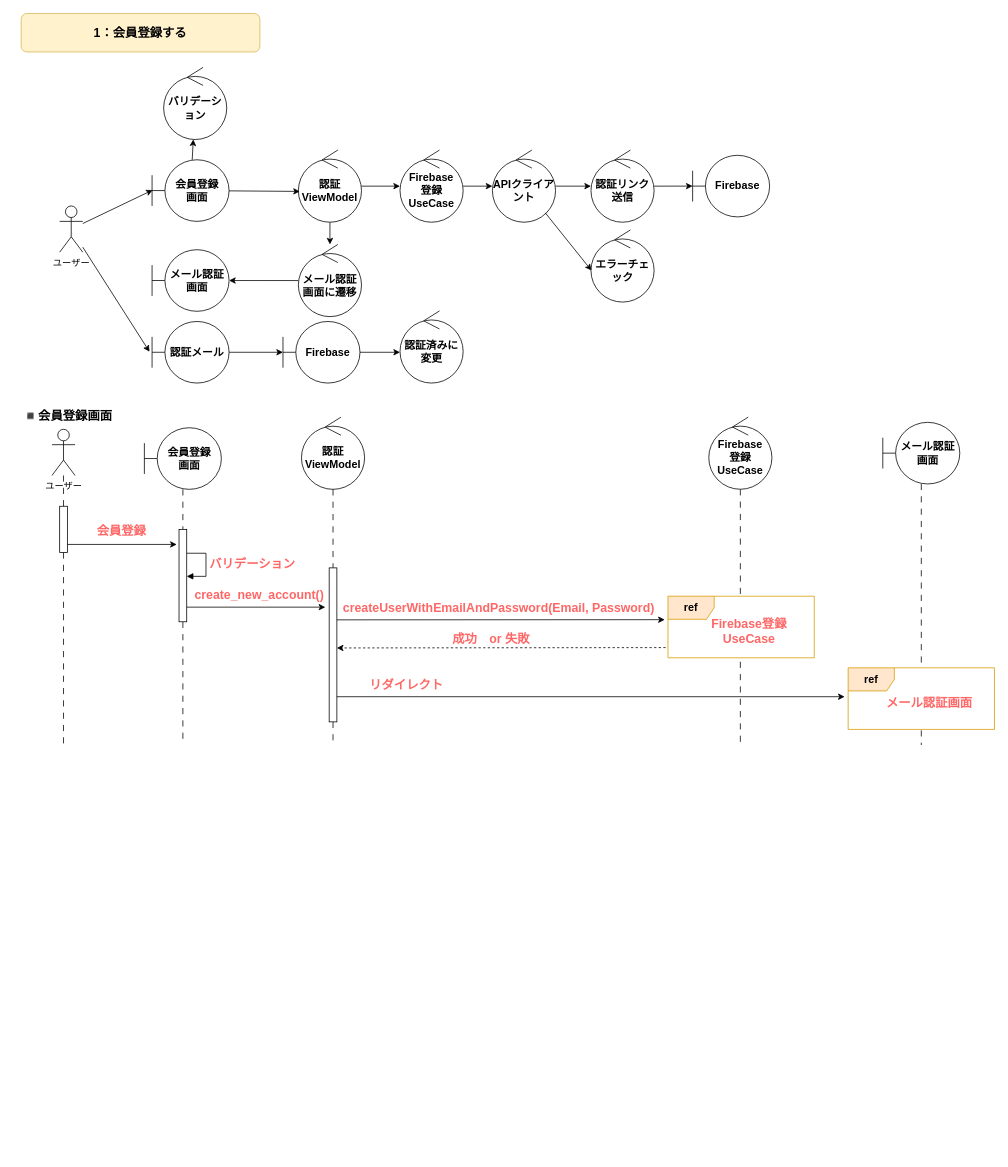
The draw.io diagram page "シーケンス図" (2 of 2) of Technical_Design.drawio in haseryo0403/VenTal, before the edit. Source tidied: cells renumbered, new cells numbered last; positions are measured from the earlier drawing's top-left corner, leaving out a move shared by most shapes. Both pictures are drawn from the tidied source at 77%, with x=0, y=0 at pixel (13, 13).
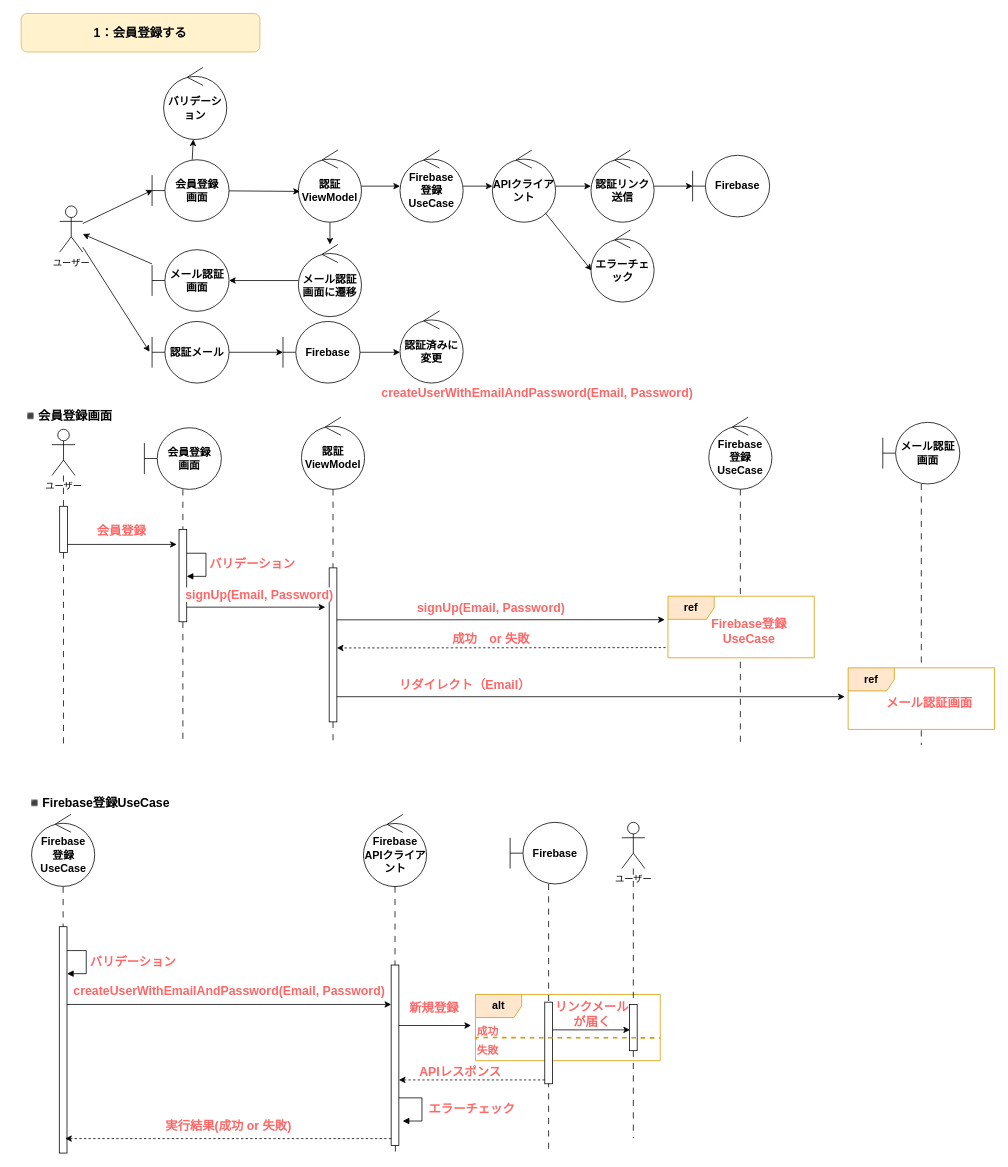
The same page after the edit.

Commit message:
会員登録シーケンス図作成

Unchanged cells that the change refers to:
```xml
<mxCell id="6" value="ユーザー" style="shape=umlActor;verticalLabelPosition=bottom;verticalAlign=top;html=1;" parent="1" vertex="1">
  <mxGeometry x="60" y="250" width="30" height="60" as="geometry" />
</mxCell>
<mxCell id="29" value="メール認証&lt;div&gt;画面&lt;/div&gt;" style="shape=umlBoundary;whiteSpace=wrap;html=1;fontSize=14;fontStyle=1;" parent="1" vertex="1">
  <mxGeometry x="180" y="306.8" width="100" height="80" as="geometry" />
</mxCell>
```

The edit, as a diff of the source:
```diff
@@
+    <mxCell id="63" style="edgeStyle=none;shape=connector;curved=0;rounded=0;jettySize=auto;html=1;strokeColor=default;align=center;verticalAlign=middle;fontFamily=Helvetica;fontSize=14;fontColor=default;fontStyle=1;labelBackgroundColor=default;endArrow=classic;endFill=1;" parent="1" edge="1" source="29" target="6">
+      <mxGeometry relative="1" as="geometry" />
+    </mxCell>
@@
-    <mxCell id="53" value="create_new_account()" style="text;html=1;align=center;verticalAlign=middle;strokeColor=none;fillColor=none;fontFamily=Helvetica;fontSize=16;fontColor=#FF6666;fontStyle=1;labelBackgroundColor=default;" parent="1" vertex="1">
-      <mxGeometry x="229" y="740" width="180" height="30" as="geometry" />
+    <mxCell id="53" value="signUp(Email, Password)" style="text;html=1;align=center;verticalAlign=middle;strokeColor=none;fillColor=none;fontFamily=Helvetica;fontSize=16;fontColor=#FF6666;fontStyle=1;labelBackgroundColor=default;" parent="1" vertex="1">
+      <mxGeometry x="219" y="740" width="200" height="30" as="geometry" />
     </mxCell>
@@
-    <mxCell id="60" value="リダイレクト" style="text;html=1;align=center;verticalAlign=middle;strokeColor=none;fillColor=none;fontFamily=Helvetica;fontSize=16;fontColor=#FF6666;fontStyle=1;labelBackgroundColor=none;" parent="1" vertex="1">
-      <mxGeometry x="450" y="857" width="120" height="30" as="geometry" />
+    <mxCell id="60" value="リダイレクト（Email&lt;span style=&quot;background-color: initial;&quot;&gt;）&lt;/span&gt;" style="text;html=1;align=center;verticalAlign=middle;strokeColor=none;fillColor=none;fontFamily=Helvetica;fontSize=16;fontColor=#FF6666;fontStyle=1;labelBackgroundColor=none;" parent="1" vertex="1">
+      <mxGeometry x="490.5" y="857" width="190" height="30" as="geometry" />
     </mxCell>
@@
     <mxCell id="62" value="createUserWithEmailAndPassword(Email, Password)" style="text;html=1;align=center;verticalAlign=middle;strokeColor=none;fillColor=none;fontFamily=Helvetica;fontSize=16;fontColor=#FF6666;fontStyle=1;labelBackgroundColor=none;" parent="1" vertex="1">
-      <mxGeometry x="430" y="757" width="400" height="30" as="geometry" />
+      <mxGeometry x="480" y="478" width="400" height="30" as="geometry" />
     </mxCell>
+    <mxCell id="64" style="edgeStyle=none;shape=connector;rounded=0;jettySize=auto;html=1;dashed=1;dashPattern=8 8;strokeColor=default;align=center;verticalAlign=middle;fontFamily=Helvetica;fontSize=14;fontColor=default;fontStyle=1;labelBackgroundColor=default;endArrow=none;endFill=0;" parent="1" edge="1" source="72">
+      <mxGeometry relative="1" as="geometry">
+        <mxPoint x="695" y="1478.5" as="targetPoint" />
+      </mxGeometry>
+    </mxCell>
+    <mxCell id="65" value="alt" style="shape=umlFrame;whiteSpace=wrap;html=1;align=center;verticalAlign=middle;fontFamily=Helvetica;fontSize=14;fontStyle=1;labelBackgroundColor=none;fillColor=#ffe6cc;strokeColor=#d79b00;gradientColor=none;swimlaneFillColor=none;" parent="1" vertex="1">
+      <mxGeometry x="600" y="1274" width="240" height="86" as="geometry" />
+    </mxCell>
+    <mxCell id="66" value="◾️Firebase登録UseCase" style="text;html=1;align=center;verticalAlign=middle;strokeColor=none;fillColor=none;fontFamily=Helvetica;fontSize=16;fontColor=default;fontStyle=1;labelBackgroundColor=default;" parent="1" vertex="1">
+      <mxGeometry x="10" y="1010" width="200" height="30" as="geometry" />
+    </mxCell>
+    <mxCell id="67" style="edgeStyle=none;shape=connector;rounded=0;jettySize=auto;html=1;strokeColor=default;align=center;verticalAlign=middle;fontFamily=Helvetica;fontSize=14;fontColor=default;fontStyle=1;labelBackgroundColor=default;endArrow=none;endFill=0;dashed=1;dashPattern=8 8;" parent="1" edge="1" source="74">
+      <mxGeometry relative="1" as="geometry">
+        <mxPoint x="805" y="1460.5" as="targetPoint" />
+      </mxGeometry>
+    </mxCell>
+    <mxCell id="68" value="ユーザー" style="shape=umlActor;verticalLabelPosition=bottom;verticalAlign=top;html=1;" parent="1" vertex="1">
+      <mxGeometry x="790" y="1050.5" width="30" height="60" as="geometry" />
+    </mxCell>
+    <mxCell id="69" style="edgeStyle=none;shape=connector;rounded=0;jettySize=auto;html=1;dashed=1;dashPattern=8 8;strokeColor=default;align=center;verticalAlign=middle;fontFamily=Helvetica;fontSize=14;fontColor=default;fontStyle=1;labelBackgroundColor=default;endArrow=none;endFill=0;" parent="1" edge="1" source="76">
+      <mxGeometry relative="1" as="geometry">
+        <mxPoint x="64.5" y="1466" as="targetPoint" />
+      </mxGeometry>
+    </mxCell>
+    <mxCell id="70" style="edgeStyle=none;shape=connector;rounded=0;jettySize=auto;html=1;dashed=1;dashPattern=8 8;strokeColor=default;align=center;verticalAlign=middle;fontFamily=Helvetica;fontSize=14;fontColor=default;fontStyle=1;labelBackgroundColor=default;endArrow=none;endFill=0;" parent="1" edge="1" source="78">
+      <mxGeometry relative="1" as="geometry">
+        <mxPoint x="496" y="1480" as="targetPoint" />
+      </mxGeometry>
+    </mxCell>
+    <mxCell id="71" value="&lt;div&gt;Firebase&lt;/div&gt;&lt;div&gt;APIクライアント&lt;/div&gt;" style="ellipse;shape=umlControl;whiteSpace=wrap;html=1;fontSize=14;fontStyle=1;" parent="1" vertex="1">
+      <mxGeometry x="454.5" y="1040.2" width="82" height="93.7" as="geometry" />
+    </mxCell>
+    <mxCell id="72" value="Firebase" style="shape=umlBoundary;whiteSpace=wrap;html=1;fontSize=14;fontStyle=1;" parent="1" vertex="1">
+      <mxGeometry x="645" y="1050.5" width="100" height="80" as="geometry" />
+    </mxCell>
+    <mxCell id="73" style="edgeStyle=none;shape=connector;rounded=0;jettySize=auto;html=1;strokeColor=default;align=center;verticalAlign=middle;fontFamily=Helvetica;fontSize=14;fontColor=default;fontStyle=1;labelBackgroundColor=default;endArrow=none;endFill=0;dashed=1;dashPattern=8 8;" parent="1" edge="1" source="68" target="74">
+      <mxGeometry relative="1" as="geometry" />
+    </mxCell>
+    <mxCell id="74" style="html=1;points=[[0,0,0,0,5],[0,1,0,0,-5],[1,0,0,0,5],[1,1,0,0,-5]];perimeter=orthogonalPerimeter;outlineConnect=0;targetShapes=umlLifeline;portConstraint=eastwest;newEdgeStyle={&quot;curved&quot;:0,&quot;rounded&quot;:0};strokeColor=default;align=center;verticalAlign=middle;fontFamily=Helvetica;fontSize=14;fontColor=default;fontStyle=1;labelBackgroundColor=default;fillColor=default;" parent="1" vertex="1">
+      <mxGeometry x="800" y="1287" width="10" height="60" as="geometry" />
+    </mxCell>
+    <mxCell id="75" style="edgeStyle=none;shape=connector;rounded=0;jettySize=auto;html=1;dashed=1;dashPattern=8 8;strokeColor=default;align=center;verticalAlign=middle;fontFamily=Helvetica;fontSize=14;fontColor=default;fontStyle=1;labelBackgroundColor=default;endArrow=none;endFill=0;" parent="1" edge="1" target="76">
+      <mxGeometry relative="1" as="geometry">
+        <mxPoint x="64.5" y="1134" as="sourcePoint" />
+      </mxGeometry>
+    </mxCell>
+    <mxCell id="76" style="html=1;points=[[0,0,0,0,5],[0,1,0,0,-5],[1,0,0,0,5],[1,1,0,0,-5]];perimeter=orthogonalPerimeter;outlineConnect=0;targetShapes=umlLifeline;portConstraint=eastwest;newEdgeStyle={&quot;curved&quot;:0,&quot;rounded&quot;:0};strokeColor=default;align=center;verticalAlign=middle;fontFamily=Helvetica;fontSize=14;fontColor=default;fontStyle=1;labelBackgroundColor=default;fillColor=default;" parent="1" vertex="1">
+      <mxGeometry x="59.5" y="1186" width="10" height="294" as="geometry" />
+    </mxCell>
+    <mxCell id="77" style="edgeStyle=none;shape=connector;rounded=0;jettySize=auto;html=1;dashed=1;dashPattern=8 8;strokeColor=default;align=center;verticalAlign=middle;fontFamily=Helvetica;fontSize=14;fontColor=default;fontStyle=1;labelBackgroundColor=default;endArrow=none;endFill=0;" parent="1" edge="1" source="71" target="78">
+      <mxGeometry relative="1" as="geometry" />
+    </mxCell>
+    <mxCell id="78" style="html=1;points=[[0,0,0,0,5],[0,1,0,0,-5],[1,0,0,0,5],[1,1,0,0,-5]];perimeter=orthogonalPerimeter;outlineConnect=0;targetShapes=umlLifeline;portConstraint=eastwest;newEdgeStyle={&quot;curved&quot;:0,&quot;rounded&quot;:0};strokeColor=default;align=center;verticalAlign=middle;fontFamily=Helvetica;fontSize=14;fontColor=default;fontStyle=1;labelBackgroundColor=default;fillColor=default;" parent="1" vertex="1">
+      <mxGeometry x="490.5" y="1235.8" width="10" height="234.2" as="geometry" />
+    </mxCell>
+    <mxCell id="79" style="html=1;align=left;spacingLeft=2;endArrow=block;rounded=0;edgeStyle=orthogonalEdgeStyle;curved=0;rounded=0;strokeColor=default;verticalAlign=middle;fontFamily=Helvetica;fontSize=14;fontColor=default;fontStyle=1;labelBackgroundColor=default;" parent="1" edge="1" target="76">
+      <mxGeometry relative="1" as="geometry">
+        <mxPoint x="69.5" y="1217" as="sourcePoint" />
+        <Array as="points">
+          <mxPoint x="94.5" y="1217" />
+          <mxPoint x="94.5" y="1247" />
+        </Array>
+      </mxGeometry>
+    </mxCell>
+    <mxCell id="80" value="バリデーション" style="text;html=1;align=center;verticalAlign=middle;strokeColor=none;fillColor=none;fontFamily=Helvetica;fontSize=16;fontColor=#FF6666;fontStyle=1;labelBackgroundColor=default;" parent="1" vertex="1">
+      <mxGeometry x="84.5" y="1216" width="140" height="30" as="geometry" />
+    </mxCell>
+    <mxCell id="81" style="edgeStyle=none;shape=connector;curved=0;rounded=0;jettySize=auto;html=1;strokeColor=default;align=center;verticalAlign=middle;fontFamily=Helvetica;fontSize=14;fontColor=default;fontStyle=1;labelBackgroundColor=default;endArrow=classic;endFill=1;" parent="1" edge="1" target="78">
+      <mxGeometry relative="1" as="geometry">
+        <mxPoint x="69.5" y="1287" as="sourcePoint" />
+      </mxGeometry>
+    </mxCell>
+    <mxCell id="82" style="edgeStyle=none;shape=connector;curved=0;rounded=0;jettySize=auto;html=1;strokeColor=default;align=center;verticalAlign=middle;fontFamily=Helvetica;fontSize=14;fontColor=default;fontStyle=1;labelBackgroundColor=default;endArrow=classic;endFill=1;dashed=1;exitX=0;exitY=1;exitDx=0;exitDy=-5;exitPerimeter=0;" parent="1" edge="1" source="90" target="78">
+      <mxGeometry relative="1" as="geometry" />
+    </mxCell>
+    <mxCell id="83" value="エラーチェック" style="text;html=1;align=center;verticalAlign=middle;strokeColor=none;fillColor=none;fontFamily=Helvetica;fontSize=16;fontColor=#FF6666;fontStyle=1;labelBackgroundColor=default;" parent="1" vertex="1">
+      <mxGeometry x="525" y="1408.3" width="140" height="30" as="geometry" />
+    </mxCell>
+    <mxCell id="84" style="edgeStyle=none;shape=connector;curved=0;rounded=0;jettySize=auto;html=1;entryX=-0.024;entryY=0.469;entryDx=0;entryDy=0;entryPerimeter=0;strokeColor=default;align=center;verticalAlign=middle;fontFamily=Helvetica;fontSize=14;fontColor=default;fontStyle=1;labelBackgroundColor=default;endArrow=classic;endFill=1;" parent="1" edge="1" source="78" target="65">
+      <mxGeometry relative="1" as="geometry" />
+    </mxCell>
+    <mxCell id="85" value="実行結果(成功 or 失敗)" style="text;html=1;align=center;verticalAlign=middle;strokeColor=none;fillColor=none;fontFamily=Helvetica;fontSize=16;fontColor=#FF6666;fontStyle=1;labelBackgroundColor=none;" parent="1" vertex="1">
+      <mxGeometry x="184" y="1430" width="190" height="30" as="geometry" />
+    </mxCell>
+    <mxCell id="86" value="新規登録" style="text;html=1;align=center;verticalAlign=middle;strokeColor=none;fillColor=none;fontFamily=Helvetica;fontSize=16;fontColor=#FF6666;fontStyle=1;labelBackgroundColor=none;" parent="1" vertex="1">
+      <mxGeometry x="500.5" y="1276" width="90" height="30" as="geometry" />
+    </mxCell>
+    <mxCell id="87" value="createUserWithEmailAndPassword(Email, Password)" style="text;html=1;align=center;verticalAlign=middle;strokeColor=none;fillColor=none;fontFamily=Helvetica;fontSize=16;fontColor=#FF6666;fontStyle=1;labelBackgroundColor=none;" parent="1" vertex="1">
+      <mxGeometry x="80" y="1254" width="400" height="30" as="geometry" />
+    </mxCell>
+    <mxCell id="88" value="&lt;div&gt;Firebase&lt;/div&gt;&lt;div&gt;登録&lt;/div&gt;UseCase" style="ellipse;shape=umlControl;whiteSpace=wrap;html=1;fontSize=14;fontStyle=1;" parent="1" vertex="1">
+      <mxGeometry x="23.5" y="1040" width="82" height="93.7" as="geometry" />
+    </mxCell>
+    <mxCell id="89" value="signUp(Email, Password)" style="text;html=1;align=center;verticalAlign=middle;strokeColor=none;fillColor=none;fontFamily=Helvetica;fontSize=16;fontColor=#FF6666;fontStyle=1;labelBackgroundColor=none;" parent="1" vertex="1">
+      <mxGeometry x="520" y="756.8" width="200" height="30" as="geometry" />
+    </mxCell>
+    <mxCell id="90" style="html=1;points=[[0,0,0,0,5],[0,1,0,0,-5],[1,0,0,0,5],[1,1,0,0,-5]];perimeter=orthogonalPerimeter;outlineConnect=0;targetShapes=umlLifeline;portConstraint=eastwest;newEdgeStyle={&quot;curved&quot;:0,&quot;rounded&quot;:0};strokeColor=default;align=center;verticalAlign=middle;fontFamily=Helvetica;fontSize=14;fontColor=default;fontStyle=1;labelBackgroundColor=default;fillColor=default;" parent="1" vertex="1">
+      <mxGeometry x="690" y="1284" width="10" height="106" as="geometry" />
+    </mxCell>
+    <mxCell id="91" value="&lt;font color=&quot;#ff6666&quot;&gt;失敗&lt;/font&gt;" style="endArrow=none;endFill=0;html=1;edgeStyle=orthogonalEdgeStyle;align=left;verticalAlign=top;rounded=0;strokeColor=#d79b00;fontFamily=Helvetica;fontSize=14;fontColor=default;fontStyle=1;labelBackgroundColor=default;curved=0;dashed=1;fillColor=#ffe6cc;strokeWidth=2;entryX=1.002;entryY=0.656;entryDx=0;entryDy=0;entryPerimeter=0;" parent="1" edge="1" target="65">
+      <mxGeometry x="-1" relative="1" as="geometry">
+        <mxPoint x="600" y="1331.6" as="sourcePoint" />
+        <Array as="points">
+          <mxPoint x="601" y="1332" />
+          <mxPoint x="601" y="1330" />
+          <mxPoint x="611" y="1330" />
+        </Array>
+      </mxGeometry>
+    </mxCell>
+    <mxCell id="92" value="成功" style="edgeLabel;html=1;align=left;verticalAlign=bottom;strokeColor=default;fontFamily=Helvetica;fontSize=14;fontColor=#FF6666;fontStyle=1;labelBackgroundColor=none;fillColor=default;" parent="91" vertex="1">
+      <mxGeometry x="-1" relative="1" as="geometry" />
+    </mxCell>
+    <mxCell id="93" style="edgeStyle=none;shape=connector;curved=0;rounded=0;jettySize=auto;html=1;entryX=0.067;entryY=0.55;entryDx=0;entryDy=0;entryPerimeter=0;strokeColor=default;align=center;verticalAlign=middle;fontFamily=Helvetica;fontSize=14;fontColor=default;fontStyle=1;labelBackgroundColor=default;endArrow=classic;endFill=1;" parent="1" edge="1" source="90" target="74">
+      <mxGeometry relative="1" as="geometry" />
+    </mxCell>
+    <mxCell id="94" value="リンクメール&lt;br&gt;が届く" style="text;html=1;align=center;verticalAlign=middle;strokeColor=none;fillColor=none;fontFamily=Helvetica;fontSize=16;fontColor=#FF6666;fontStyle=1;labelBackgroundColor=none;" parent="1" vertex="1">
+      <mxGeometry x="691" y="1275" width="120" height="50" as="geometry" />
+    </mxCell>
+    <mxCell id="95" value="APIレスポンス" style="text;html=1;align=center;verticalAlign=middle;strokeColor=none;fillColor=none;fontFamily=Helvetica;fontSize=16;fontColor=#FF6666;fontStyle=1;labelBackgroundColor=none;" parent="1" vertex="1">
+      <mxGeometry x="515" y="1360" width="130" height="30" as="geometry" />
+    </mxCell>
+    <mxCell id="96" style="html=1;align=left;spacingLeft=2;endArrow=block;rounded=0;edgeStyle=orthogonalEdgeStyle;curved=0;rounded=0;strokeColor=default;verticalAlign=middle;fontFamily=Helvetica;fontSize=14;fontColor=default;fontStyle=1;labelBackgroundColor=default;" parent="1" edge="1">
+      <mxGeometry relative="1" as="geometry">
+        <mxPoint x="500.5" y="1408.3" as="sourcePoint" />
+        <mxPoint x="505.5" y="1438.4" as="targetPoint" />
+        <Array as="points">
+          <mxPoint x="530.5" y="1438.3" />
+        </Array>
+      </mxGeometry>
+    </mxCell>
+    <mxCell id="97" style="edgeStyle=none;shape=connector;curved=0;rounded=0;jettySize=auto;html=1;entryX=0.771;entryY=0.936;entryDx=0;entryDy=0;entryPerimeter=0;strokeColor=default;align=center;verticalAlign=middle;fontFamily=Helvetica;fontSize=14;fontColor=default;fontStyle=1;labelBackgroundColor=default;endArrow=classic;endFill=1;dashed=1;" parent="1" edge="1" source="78" target="76">
+      <mxGeometry relative="1" as="geometry" />
+    </mxCell>
```
